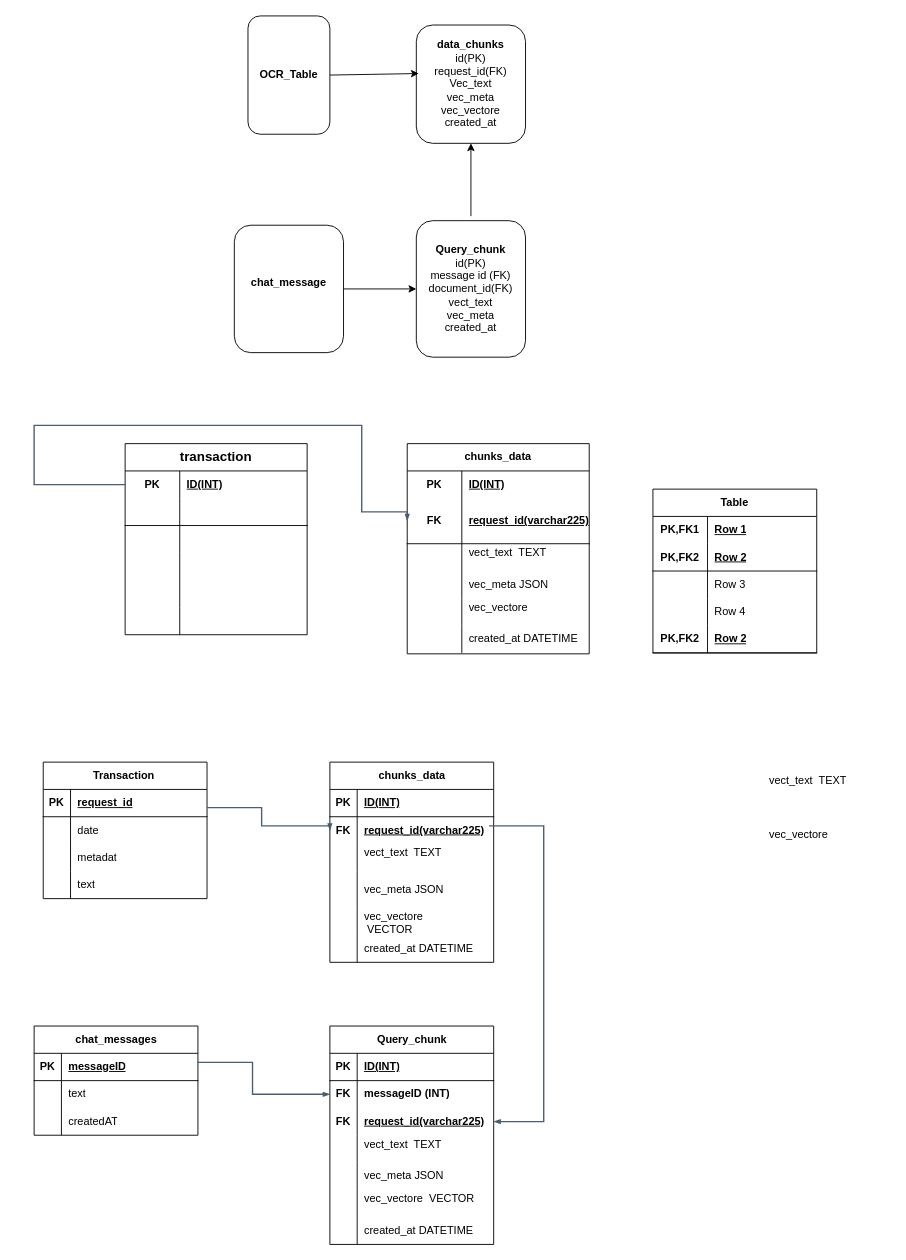
Above: Untitled Diagram.drawio in sahar389/api_go (draw.io), before the change. Source tidied: cells renumbered, new cells numbered last; positions are measured from the earlier drawing's top-left corner, leaving out a move shared by most shapes. Both pictures are drawn from the tidied source at 91%, with x=0, y=0 at pixel (34, 15).
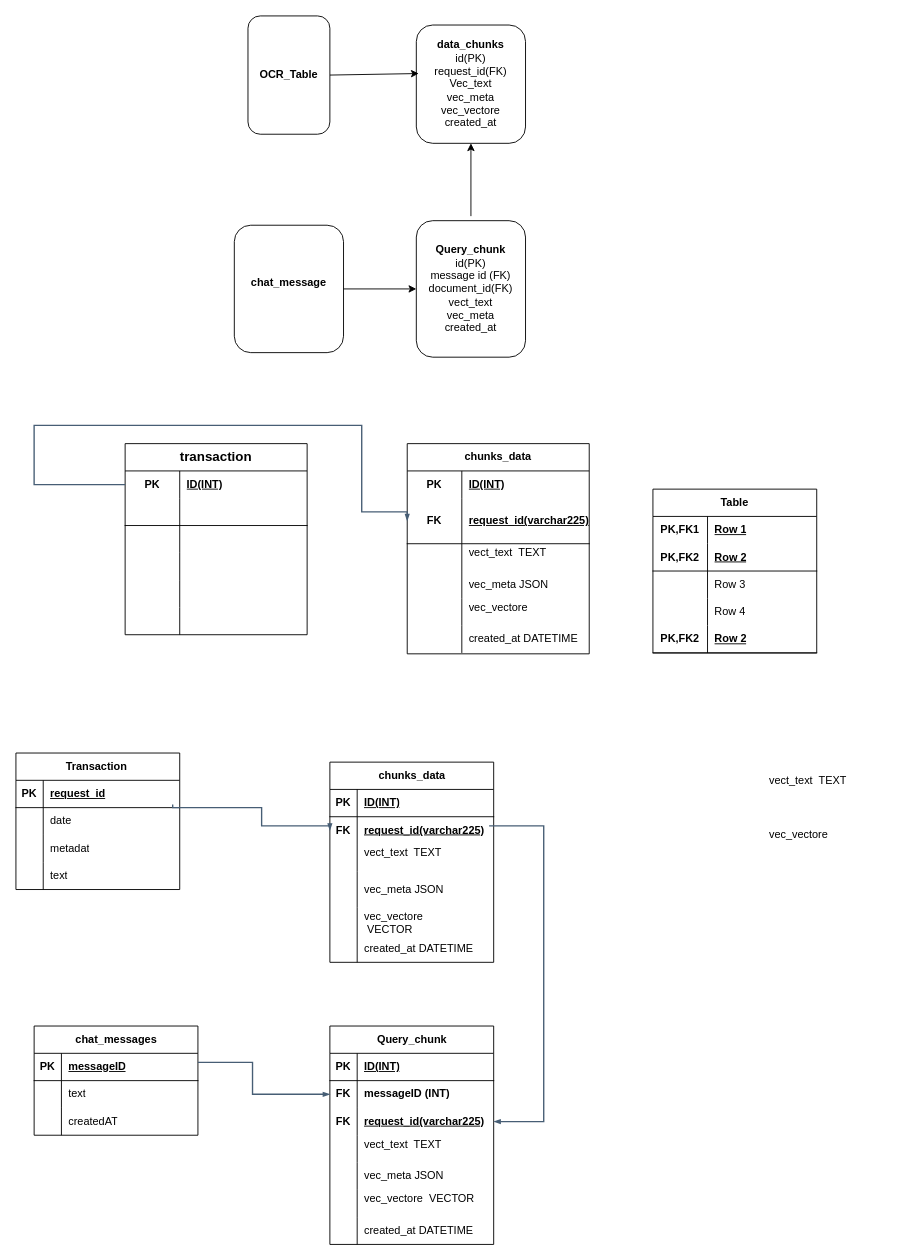
Above is the later version.

Unchanged cells that the change refers to:
```xml
<mxCell id="107" style="shape=tableRow;horizontal=0;startSize=0;swimlaneHead=0;swimlaneBody=0;fillColor=none;points=[[0,0.5],[1,0.5]];portConstraint=eastwest;top=0;left=0;right=0;bottom=0;" parent="103" vertex="1">
  <mxGeometry y="60" width="180" height="30" as="geometry" />
</mxCell>
<mxCell id="127" style="shape=tableRow;horizontal=0;startSize=0;swimlaneHead=0;swimlaneBody=0;fillColor=none;points=[[0,0.5],[1,0.5]];portConstraint=eastwest;top=0;left=0;right=0;bottom=0;" parent="123" vertex="1">
  <mxGeometry y="60" width="180" height="30" as="geometry" />
</mxCell>
```

The edit, as a diff of the source:
```diff
@@
     <mxCell id="123" value="Transaction&amp;nbsp;" style="shape=table;startSize=30;childLayout=tableLayout;rowLines=0;fontStyle=1;align=center;html=1;" parent="1" vertex="1">
-      <mxGeometry x="10" y="820" width="180" height="150" as="geometry" />
+      <mxGeometry x="-20" y="810" width="180" height="150" as="geometry" />
     </mxCell>
@@
-    <mxCell id="136" style="edgeStyle=orthogonalEdgeStyle;rounded=0;jettySize=auto;html=1;fontSize=18;strokeColor=#475E75;fontFamily=Helvetica;fontColor=default;targetPerimeterSpacing=15;endSize=4;startSize=4;endArrow=blockThin;endFill=1;strokeWidth=1.5;startArrow=none;startFill=0;entryX=0;entryY=0.5;entryDx=0;entryDy=0;" parent="1" edge="1" target="107">
+    <mxCell id="136" style="edgeStyle=orthogonalEdgeStyle;rounded=0;jettySize=auto;html=1;fontSize=18;strokeColor=#475E75;fontFamily=Helvetica;fontColor=default;targetPerimeterSpacing=15;endSize=4;startSize=4;endArrow=blockThin;endFill=1;strokeWidth=1.5;startArrow=none;startFill=0;entryX=0;entryY=0.5;entryDx=0;entryDy=0;exitX=0.957;exitY=-0.113;exitDx=0;exitDy=0;exitPerimeter=0;" parent="1" edge="1" source="127" target="107">
       <mxGeometry relative="1" as="geometry">
-        <mxPoint x="190" y="870" as="sourcePoint" />
         <Array as="points">
+          <mxPoint x="152" y="870" />
           <mxPoint x="250" y="870" />
           <mxPoint x="250" y="890" />
           <mxPoint x="325" y="890" />
         </Array>
       </mxGeometry>
     </mxCell>
```
